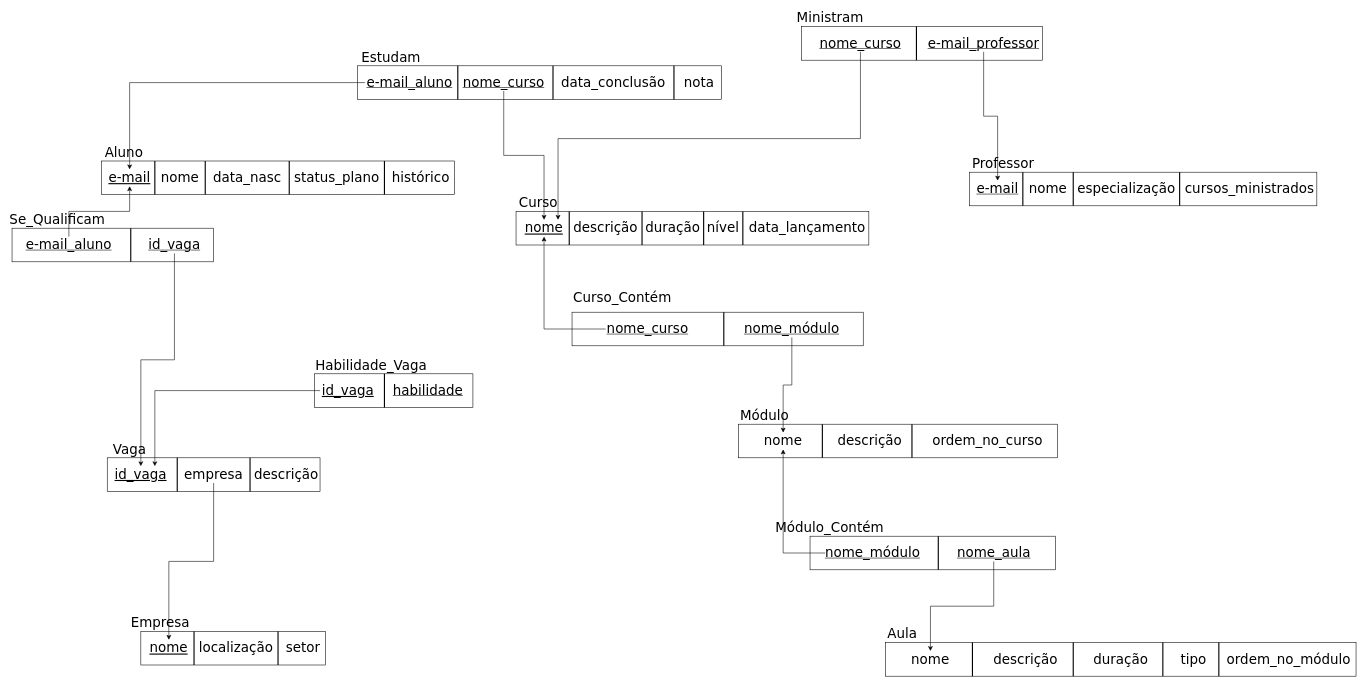
The draw.io diagram Diagrama/Diagrama Lógico/diagramaLógicoBD_v2.drawio in kenjiThiago/ProjetoBD1, before the edit. Source tidied: cells renumbered, new cells numbered last; positions are measured from the earlier drawing's top-left corner, leaving out a move shared by most shapes. Both pictures are drawn from the tidied source at 56%, with x=0, y=0 at pixel (12, 10).
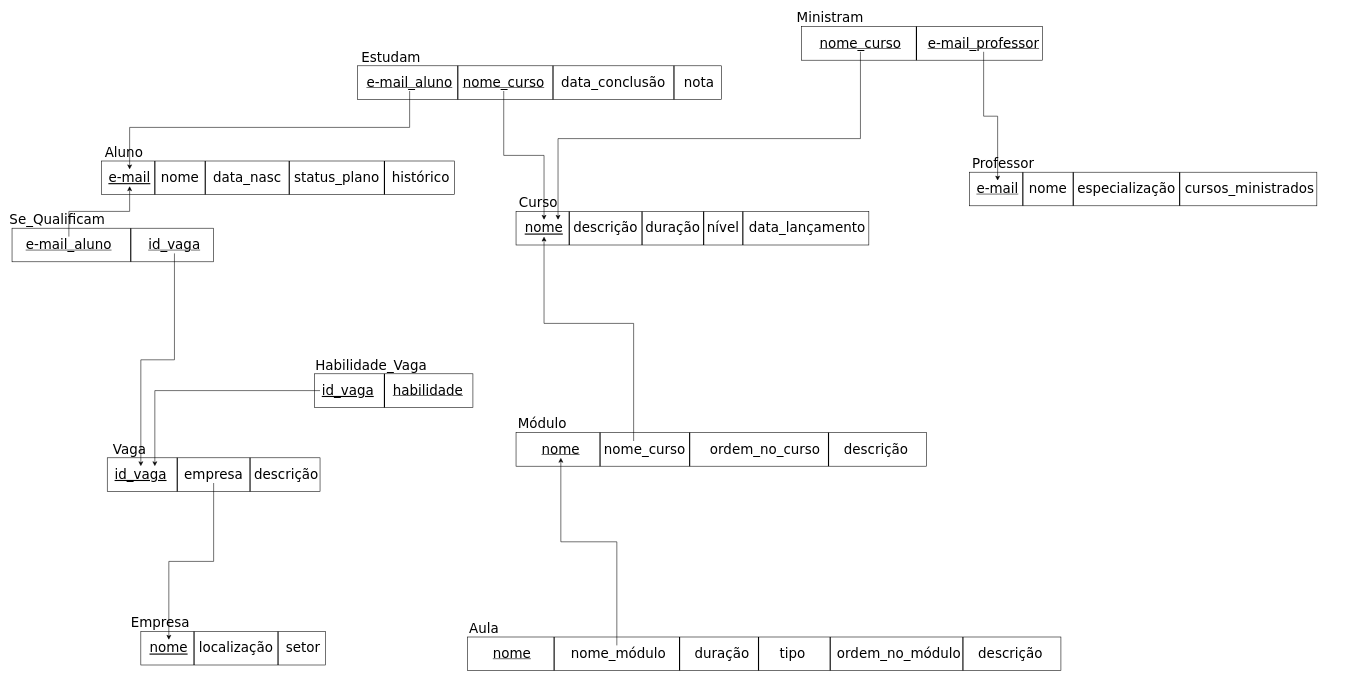
Above is the later version.

Commit message (it also covers changes not shown here):
[Diagrama] Mudado o diagrama e mapeamento

Unchanged cells that the change refers to:
```xml
<mxCell id="4" value="&lt;font face=&quot;Verdana&quot; style=&quot;font-size: 24px;&quot;&gt;&lt;u&gt;e-mail&lt;/u&gt;&lt;/font&gt;" style="text;html=1;align=center;verticalAlign=middle;whiteSpace=wrap;rounded=0;" parent="1" vertex="1">
  <mxGeometry x="160" y="285" width="100" height="30" as="geometry" />
</mxCell>
<mxCell id="15" value="&lt;font face=&quot;Verdana&quot; style=&quot;font-size: 24px;&quot;&gt;&lt;u&gt;nome&lt;/u&gt;&lt;/font&gt;" style="text;html=1;align=center;verticalAlign=middle;whiteSpace=wrap;rounded=0;" parent="1" vertex="1">
  <mxGeometry x="900" y="375" width="100" height="30" as="geometry" />
</mxCell>
<mxCell id="69" value="&lt;font style=&quot;font-size: 24px;&quot; face=&quot;Verdana&quot;&gt;e-mail_aluno&lt;/font&gt;" style="text;html=1;align=center;verticalAlign=middle;whiteSpace=wrap;rounded=0;fontStyle=4;" parent="1" vertex="1">
  <mxGeometry x="630" y="115" width="160" height="30" as="geometry" />
</mxCell>
```

Change to the diagram source:
```diff
@@
     <mxCell id="33" style="rounded=0;whiteSpace=wrap;html=1;" parent="1" vertex="1">
-      <mxGeometry x="1297" y="740" width="570" height="60" as="geometry" />
+      <mxGeometry x="900" y="755" width="733" height="60" as="geometry" />
     </mxCell>
     <mxCell id="34" value="&lt;font face=&quot;Verdana&quot; style=&quot;font-size: 24px;&quot;&gt;Módulo&lt;/font&gt;" style="text;html=1;align=center;verticalAlign=middle;whiteSpace=wrap;rounded=0;" parent="1" vertex="1">
-      <mxGeometry x="1314" y="710" width="60" height="30" as="geometry" />
+      <mxGeometry x="917" y="725" width="60" height="30" as="geometry" />
     </mxCell>
-    <mxCell id="35" value="&lt;font face=&quot;Verdana&quot; style=&quot;font-size: 24px;&quot;&gt;nome&lt;/font&gt;" style="text;html=1;align=center;verticalAlign=middle;whiteSpace=wrap;rounded=0;" parent="1" vertex="1">
-      <mxGeometry x="1327" y="755" width="100" height="30" as="geometry" />
+    <mxCell id="35" value="&lt;font style=&quot;font-size: 24px;&quot; face=&quot;Verdana&quot;&gt;nome&lt;/font&gt;" style="text;html=1;align=center;verticalAlign=middle;whiteSpace=wrap;rounded=0;fontStyle=4;" parent="1" vertex="1">
+      <mxGeometry x="930" y="770" width="100" height="30" as="geometry" />
     </mxCell>
     <mxCell id="36" value="&lt;font face=&quot;Verdana&quot; style=&quot;font-size: 24px;&quot;&gt;descrição&lt;/font&gt;" style="text;html=1;align=center;verticalAlign=middle;whiteSpace=wrap;rounded=0;" parent="1" vertex="1">
-      <mxGeometry x="1482" y="755" width="100" height="30" as="geometry" />
+      <mxGeometry x="1493" y="770" width="100" height="30" as="geometry" />
     </mxCell>
     <mxCell id="37" value="&lt;font face=&quot;Verdana&quot; style=&quot;font-size: 24px;&quot;&gt;ordem_no_curso&lt;/font&gt;" style="text;html=1;align=center;verticalAlign=middle;whiteSpace=wrap;rounded=0;" parent="1" vertex="1">
-      <mxGeometry x="1642" y="755" width="200" height="30" as="geometry" />
+      <mxGeometry x="1245" y="770" width="200" height="30" as="geometry" />
     </mxCell>
     <mxCell id="38" style="line;strokeWidth=2;direction=south;html=1;" parent="1" vertex="1">
-      <mxGeometry x="1442" y="740" width="10" height="60" as="geometry" />
+      <mxGeometry x="1045" y="755" width="10" height="60" as="geometry" />
     </mxCell>
     <mxCell id="39" style="line;strokeWidth=2;direction=south;html=1;" parent="1" vertex="1">
-      <mxGeometry x="1602" y="740" width="10" height="60" as="geometry" />
+      <mxGeometry x="1205" y="755" width="10" height="60" as="geometry" />
     </mxCell>
     <mxCell id="40" style="rounded=0;whiteSpace=wrap;html=1;" parent="1" vertex="1">
-      <mxGeometry x="1560" y="1130" width="840" height="60" as="geometry" />
+      <mxGeometry x="813" y="1120" width="1060" height="60" as="geometry" />
     </mxCell>
     <mxCell id="41" value="&lt;font face=&quot;Verdana&quot; style=&quot;font-size: 24px;&quot;&gt;Aula&lt;/font&gt;" style="text;html=1;align=center;verticalAlign=middle;whiteSpace=wrap;rounded=0;" parent="1" vertex="1">
-      <mxGeometry x="1560" y="1100" width="60" height="30" as="geometry" />
+      <mxGeometry x="813" y="1090" width="60" height="30" as="geometry" />
     </mxCell>
-    <mxCell id="42" value="&lt;font face=&quot;Verdana&quot; style=&quot;font-size: 24px;&quot;&gt;nome&lt;/font&gt;" style="text;html=1;align=center;verticalAlign=middle;whiteSpace=wrap;rounded=0;" parent="1" vertex="1">
-      <mxGeometry x="1590" y="1145" width="100" height="30" as="geometry" />
+    <mxCell id="42" value="&lt;font style=&quot;font-size: 24px;&quot; face=&quot;Verdana&quot;&gt;nome&lt;/font&gt;" style="text;html=1;align=center;verticalAlign=middle;whiteSpace=wrap;rounded=0;fontStyle=4;" parent="1" vertex="1">
+      <mxGeometry x="843" y="1135" width="100" height="30" as="geometry" />
     </mxCell>
     <mxCell id="43" value="&lt;font face=&quot;Verdana&quot; style=&quot;font-size: 24px;&quot;&gt;descrição&lt;/font&gt;" style="text;html=1;align=center;verticalAlign=middle;whiteSpace=wrap;rounded=0;" parent="1" vertex="1">
-      <mxGeometry x="1760" y="1145" width="100" height="30" as="geometry" />
+      <mxGeometry x="1733" y="1135" width="100" height="30" as="geometry" />
     </mxCell>
     <mxCell id="44" value="&lt;font face=&quot;Verdana&quot; style=&quot;font-size: 24px;&quot;&gt;duração&lt;/font&gt;" style="text;html=1;align=center;verticalAlign=middle;whiteSpace=wrap;rounded=0;" parent="1" vertex="1">
-      <mxGeometry x="1930" y="1145" width="100" height="30" as="geometry" />
+      <mxGeometry x="1218" y="1135" width="100" height="30" as="geometry" />
     </mxCell>
     <mxCell id="45" value="&lt;font face=&quot;Verdana&quot; style=&quot;font-size: 24px;&quot;&gt;tipo&lt;/font&gt;" style="text;html=1;align=center;verticalAlign=middle;whiteSpace=wrap;rounded=0;" parent="1" vertex="1">
-      <mxGeometry x="2080" y="1145" width="60" height="30" as="geometry" />
+      <mxGeometry x="1364" y="1135" width="60" height="30" as="geometry" />
     </mxCell>
     <mxCell id="46" value="&lt;font face=&quot;Verdana&quot; style=&quot;font-size: 24px;&quot;&gt;ordem_no_módulo&lt;/font&gt;" style="text;html=1;align=center;verticalAlign=middle;whiteSpace=wrap;rounded=0;" parent="1" vertex="1">
-      <mxGeometry x="2230" y="1145" width="100" height="30" as="geometry" />
+      <mxGeometry x="1534" y="1135" width="100" height="30" as="geometry" />
     </mxCell>
     <mxCell id="47" style="line;strokeWidth=2;direction=south;html=1;" parent="1" vertex="1">
-      <mxGeometry x="1890" y="1130" width="10" height="60" as="geometry" />
+      <mxGeometry x="1187" y="1120" width="10" height="60" as="geometry" />
     </mxCell>
     <mxCell id="48" style="line;strokeWidth=2;direction=south;html=1;" parent="1" vertex="1">
-      <mxGeometry x="2050" y="1130" width="10" height="60" as="geometry" />
+      <mxGeometry x="1328" y="1120" width="10" height="60" as="geometry" />
     </mxCell>
     <mxCell id="49" style="line;strokeWidth=2;direction=south;html=1;" parent="1" vertex="1">
-      <mxGeometry x="1710" y="1130" width="10" height="60" as="geometry" />
+      <mxGeometry x="963" y="1120" width="10" height="60" as="geometry" />
     </mxCell>
     <mxCell id="50" style="line;strokeWidth=2;direction=south;html=1;" parent="1" vertex="1">
-      <mxGeometry x="2150" y="1130" width="10" height="60" as="geometry" />
+      <mxGeometry x="1456" y="1120" width="10" height="60" as="geometry" />
     </mxCell>
@@
     <mxCell id="68" style="edgeStyle=orthogonalEdgeStyle;rounded=0;jettySize=auto;html=1;" parent="1" edge="1" source="69" target="4">
-      <mxGeometry relative="1" as="geometry" />
+      <mxGeometry relative="1" as="geometry">
+        <Array as="points">
+          <mxPoint x="710" y="210" />
+          <mxPoint x="210" y="210" />
+        </Array>
+      </mxGeometry>
     </mxCell>
@@
-    <mxCell id="91" style="rounded=0;whiteSpace=wrap;html=1;" parent="1" vertex="1">
-      <mxGeometry x="1000" y="540" width="520" height="60" as="geometry" />
-    </mxCell>
-    <mxCell id="92" value="&lt;font face=&quot;Verdana&quot; style=&quot;font-size: 24px;&quot;&gt;Curso_Contém&lt;/font&gt;" style="text;html=1;align=center;verticalAlign=middle;whiteSpace=wrap;rounded=0;" parent="1" vertex="1">
-      <mxGeometry x="1000" y="500" width="180" height="30" as="geometry" />
-    </mxCell>
-    <mxCell id="93" style="edgeStyle=orthogonalEdgeStyle;rounded=0;jettySize=auto;html=1;" parent="1" edge="1" source="94" target="15">
-      <mxGeometry relative="1" as="geometry" />
-    </mxCell>
-    <mxCell id="94" value="&lt;font style=&quot;font-size: 24px;&quot; face=&quot;Verdana&quot;&gt;nome_curso&lt;/font&gt;" style="text;html=1;align=center;verticalAlign=middle;whiteSpace=wrap;rounded=0;fontStyle=4;" parent="1" vertex="1">
-      <mxGeometry x="1060" y="555" width="150" height="30" as="geometry" />
-    </mxCell>
-    <mxCell id="95" style="line;strokeWidth=2;direction=south;html=1;" parent="1" vertex="1">
-      <mxGeometry x="1266" y="540" width="10" height="60" as="geometry" />
-    </mxCell>
-    <mxCell id="96" style="edgeStyle=orthogonalEdgeStyle;rounded=0;jettySize=auto;html=1;" parent="1" edge="1" source="97" target="35">
-      <mxGeometry relative="1" as="geometry">
-        <Array as="points">
-          <mxPoint x="1392" y="670" />
-          <mxPoint x="1377" y="670" />
-        </Array>
-      </mxGeometry>
-    </mxCell>
-    <mxCell id="97" value="&lt;font style=&quot;font-size: 24px;&quot; face=&quot;Verdana&quot;&gt;nome_módulo&lt;/font&gt;" style="text;html=1;align=center;verticalAlign=middle;whiteSpace=wrap;rounded=0;fontStyle=4;" parent="1" vertex="1">
-      <mxGeometry x="1310" y="555" width="165" height="30" as="geometry" />
-    </mxCell>
-    <mxCell id="98" style="rounded=0;whiteSpace=wrap;html=1;" parent="1" vertex="1">
-      <mxGeometry x="1425" y="940" width="438" height="60" as="geometry" />
-    </mxCell>
-    <mxCell id="99" value="&lt;font face=&quot;Verdana&quot; style=&quot;font-size: 24px;&quot;&gt;Módulo_Contém&lt;/font&gt;" style="text;html=1;align=center;verticalAlign=middle;whiteSpace=wrap;rounded=0;" parent="1" vertex="1">
-      <mxGeometry x="1370" y="910" width="180" height="30" as="geometry" />
-    </mxCell>
-    <mxCell id="100" style="edgeStyle=orthogonalEdgeStyle;rounded=0;jettySize=auto;html=1;entryX=0.5;entryY=1;entryDx=0;entryDy=0;" parent="1" edge="1" source="101" target="35">
-      <mxGeometry relative="1" as="geometry" />
-    </mxCell>
-    <mxCell id="101" value="&lt;font style=&quot;font-size: 24px;&quot; face=&quot;Verdana&quot;&gt;nome_módulo&lt;/font&gt;" style="text;html=1;align=center;verticalAlign=middle;whiteSpace=wrap;rounded=0;fontStyle=4;" parent="1" vertex="1">
-      <mxGeometry x="1452" y="955" width="170" height="30" as="geometry" />
-    </mxCell>
-    <mxCell id="102" style="line;strokeWidth=2;direction=south;html=1;" parent="1" vertex="1">
-      <mxGeometry x="1649" y="940" width="10" height="60" as="geometry" />
-    </mxCell>
-    <mxCell id="103" style="edgeStyle=orthogonalEdgeStyle;rounded=0;jettySize=auto;html=1;" parent="1" edge="1" source="104" target="42">
-      <mxGeometry relative="1" as="geometry" />
-    </mxCell>
-    <mxCell id="104" value="&lt;font style=&quot;font-size: 24px;&quot; face=&quot;Verdana&quot;&gt;nome_aula&lt;/font&gt;" style="text;html=1;align=center;verticalAlign=middle;whiteSpace=wrap;rounded=0;fontStyle=4;" parent="1" vertex="1">
-      <mxGeometry x="1670.5" y="955" width="165" height="30" as="geometry" />
-    </mxCell>
@@
+    <mxCell id="111" style="line;strokeWidth=2;direction=south;html=1;" parent="1" vertex="1">
+      <mxGeometry x="1453" y="755" width="10" height="60" as="geometry" />
+    </mxCell>
+    <mxCell id="93" style="edgeStyle=orthogonalEdgeStyle;rounded=0;jettySize=auto;html=1;entryX=0.5;entryY=1;entryDx=0;entryDy=0;" parent="1" edge="1" source="94" target="15">
+      <mxGeometry relative="1" as="geometry">
+        <Array as="points">
+          <mxPoint x="1110" y="560" />
+          <mxPoint x="950" y="560" />
+        </Array>
+      </mxGeometry>
+    </mxCell>
+    <mxCell id="94" value="&lt;font face=&quot;Verdana&quot; style=&quot;font-size: 24px;&quot;&gt;nome_curso&lt;/font&gt;" style="text;html=1;align=center;verticalAlign=middle;whiteSpace=wrap;rounded=0;" parent="1" vertex="1">
+      <mxGeometry x="1055" y="770" width="150" height="30" as="geometry" />
+    </mxCell>
+    <mxCell id="112" style="line;strokeWidth=2;direction=south;html=1;" parent="1" vertex="1">
+      <mxGeometry x="1693" y="1120" width="10" height="60" as="geometry" />
+    </mxCell>
+    <mxCell id="113" style="edgeStyle=orthogonalEdgeStyle;rounded=0;jettySize=auto;html=1;entryX=0.5;entryY=1;entryDx=0;entryDy=0;" parent="1" edge="1" source="114" target="35">
+      <mxGeometry relative="1" as="geometry">
+        <Array as="points">
+          <mxPoint x="1080" y="950" />
+          <mxPoint x="980" y="950" />
+        </Array>
+      </mxGeometry>
+    </mxCell>
+    <mxCell id="114" value="&lt;font face=&quot;Verdana&quot; style=&quot;font-size: 24px;&quot;&gt;nome_módulo&lt;/font&gt;" style="text;html=1;align=center;verticalAlign=middle;whiteSpace=wrap;rounded=0;" parent="1" vertex="1">
+      <mxGeometry x="1003" y="1135" width="160" height="30" as="geometry" />
+    </mxCell>
```
